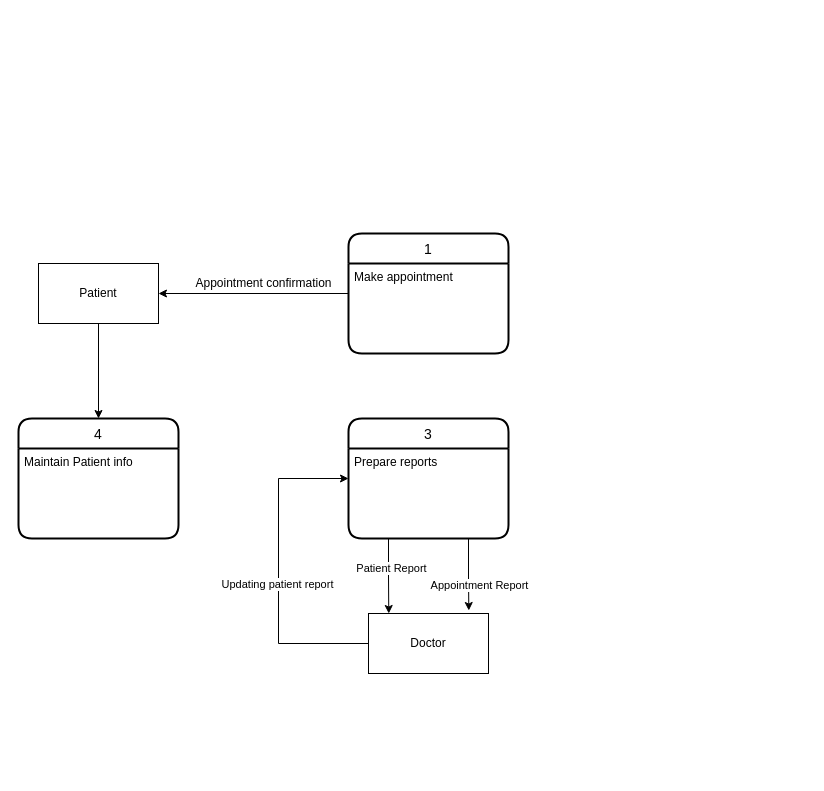
This is doctor_channeling.drawio from anoxtovo/docc, a draw.io file, before an edit. Source tidied: cells renumbered, new cells numbered last; positions are measured from the earlier drawing's top-left corner, leaving out a move shared by most shapes. Both pictures are drawn from the tidied source at 100%, with x=0, y=0 at pixel (18, 233).
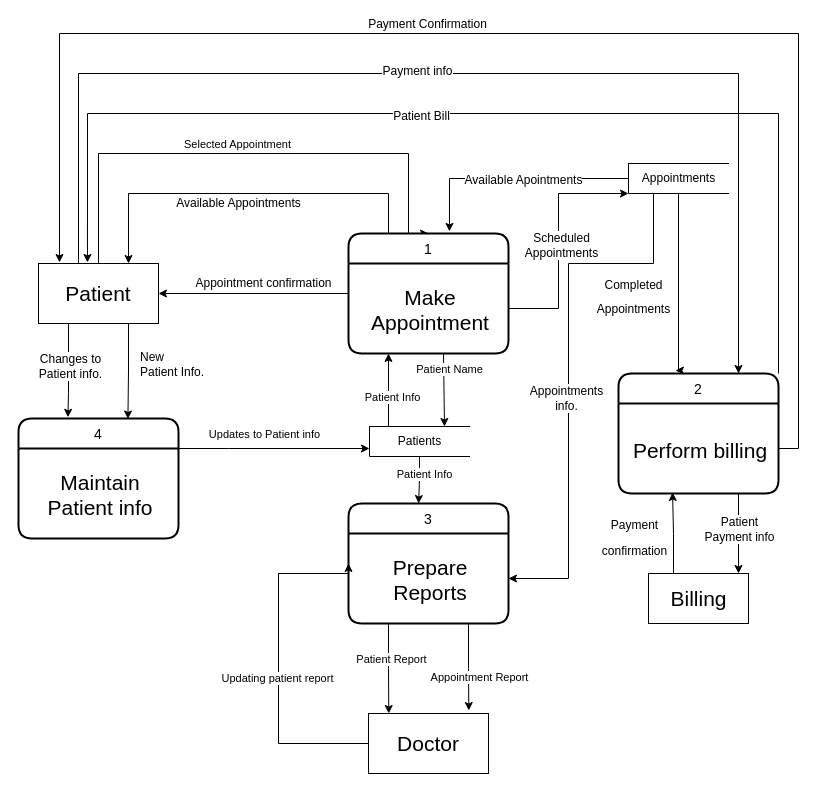
Above is the later version.

Unchanged cells that the change refers to:
```xml
<mxCell id="7" value="4" style="swimlane;horizontal=1;startSize=30;rounded=1;fontSize=14;fontStyle=0;strokeWidth=2;shadow=0;dashed=0;align=center;" parent="1" vertex="1">
  <mxGeometry y="185" width="160" height="120" as="geometry" />
</mxCell>
<mxCell id="10" value="1" style="swimlane;horizontal=1;startSize=30;rounded=1;fontSize=14;fontStyle=0;strokeWidth=2;shadow=0;dashed=0;align=center;" parent="1" vertex="1">
  <mxGeometry x="330" width="160" height="120" as="geometry" />
</mxCell>
```

Change to the diagram source:
```diff
@@
-    <mxCell id="2" style="edgeStyle=orthogonalEdgeStyle;rounded=0;jettySize=auto;html=1;entryX=0.5;entryY=0;entryDx=0;entryDy=0;" parent="1" edge="1" source="3" target="7">
-      <mxGeometry relative="1" as="geometry" />
-    </mxCell>
+    <mxCell id="19" style="edgeStyle=orthogonalEdgeStyle;rounded=0;jettySize=auto;html=1;exitX=0.5;exitY=0;exitDx=0;exitDy=0;entryX=0.5;entryY=0;entryDx=0;entryDy=0;" parent="1" edge="1" source="3" target="10">
+      <mxGeometry relative="1" as="geometry">
+        <Array as="points">
+          <mxPoint x="80" y="-80" />
+          <mxPoint x="390" y="-80" />
+          <mxPoint x="390" />
+        </Array>
+      </mxGeometry>
+    </mxCell>
+    <mxCell id="20" value="Selected Appointment" style="edgeLabel;html=1;align=center;verticalAlign=middle;" parent="19" vertex="1">
+      <mxGeometry x="-0.05" relative="1" as="geometry">
+        <mxPoint x="1" y="-10" as="offset" />
+      </mxGeometry>
+    </mxCell>
+    <mxCell id="21" style="edgeStyle=orthogonalEdgeStyle;rounded=0;jettySize=auto;html=1;exitX=0.25;exitY=0;exitDx=0;exitDy=0;entryX=0.75;entryY=0;entryDx=0;entryDy=0;fontSize=12;" parent="1" edge="1" source="3" target="40">
+      <mxGeometry relative="1" as="geometry">
+        <Array as="points">
+          <mxPoint x="60" y="30" />
+          <mxPoint x="60" y="-160" />
+          <mxPoint x="720" y="-160" />
+        </Array>
+      </mxGeometry>
+    </mxCell>
+    <mxCell id="22" value="Payment info" style="edgeLabel;html=1;align=center;verticalAlign=middle;fontSize=12;" parent="21" vertex="1">
+      <mxGeometry x="-0.1" y="3" relative="1" as="geometry">
+        <mxPoint x="16" as="offset" />
+      </mxGeometry>
+    </mxCell>
+    <mxCell id="23" style="edgeStyle=orthogonalEdgeStyle;rounded=0;jettySize=auto;html=1;exitX=0.25;exitY=1;exitDx=0;exitDy=0;fontSize=12;entryX=0.309;entryY=-0.01;entryDx=0;entryDy=0;entryPerimeter=0;" parent="1" edge="1" source="3" target="7">
+      <mxGeometry relative="1" as="geometry">
+        <Array as="points">
+          <mxPoint x="50" y="160" />
+        </Array>
+      </mxGeometry>
+    </mxCell>
+    <mxCell id="24" value="Changes to &lt;br&gt;Patient info." style="edgeLabel;html=1;align=center;verticalAlign=middle;fontSize=12;" parent="23" vertex="1">
+      <mxGeometry x="-0.06" y="1" relative="1" as="geometry">
+        <mxPoint y="-2" as="offset" />
+      </mxGeometry>
+    </mxCell>
+    <mxCell id="25" style="edgeStyle=orthogonalEdgeStyle;rounded=0;jettySize=auto;html=1;exitX=0.75;exitY=1;exitDx=0;exitDy=0;entryX=0.684;entryY=0.004;entryDx=0;entryDy=0;entryPerimeter=0;fontSize=12;" parent="1" edge="1" source="3" target="7">
+      <mxGeometry relative="1" as="geometry" />
+    </mxCell>
+    <mxCell id="26" value="New &lt;br&gt;Patient Info." style="edgeLabel;html=1;align=left;verticalAlign=middle;fontSize=12;" parent="25" vertex="1">
+      <mxGeometry x="-0.16" relative="1" as="geometry">
+        <mxPoint x="10" as="offset" />
+      </mxGeometry>
+    </mxCell>
-    <mxCell id="3" value="Patient" style="rounded=0;whiteSpace=wrap;html=1;" parent="1" vertex="1">
+    <mxCell id="3" value="&lt;font style=&quot;font-size: 21px;&quot;&gt;Patient&lt;/font&gt;" style="rounded=0;whiteSpace=wrap;html=1;" parent="1" vertex="1">
       <mxGeometry x="20" y="30" width="120" height="60" as="geometry" />
     </mxCell>
     <mxCell id="4" style="edgeStyle=orthogonalEdgeStyle;rounded=0;jettySize=auto;html=1;entryX=0;entryY=0.5;entryDx=0;entryDy=0;exitX=0;exitY=0.5;exitDx=0;exitDy=0;" parent="1" edge="1" source="6" target="13">
       <mxGeometry relative="1" as="geometry">
         <Array as="points">
-          <mxPoint x="260" y="410" />
-          <mxPoint x="260" y="245" />
+          <mxPoint x="260" y="510" />
+          <mxPoint x="260" y="340" />
+          <mxPoint x="330" y="340" />
         </Array>
       </mxGeometry>
     </mxCell>
@@
-    <mxCell id="6" value="Doctor" style="whiteSpace=wrap;html=1;rounded=0;" parent="1" vertex="1">
-      <mxGeometry x="350" y="380" width="120" height="60" as="geometry" />
+    <mxCell id="6" value="&lt;font style=&quot;font-size: 21px;&quot;&gt;Doctor&lt;/font&gt;" style="whiteSpace=wrap;html=1;rounded=0;" parent="1" vertex="1">
+      <mxGeometry x="350" y="480" width="120" height="60" as="geometry" />
     </mxCell>
@@
-    <mxCell id="8" value="Maintain Patient info" style="align=left;strokeColor=none;fillColor=none;spacingLeft=4;fontSize=12;verticalAlign=top;" parent="7" vertex="1">
+    <mxCell id="8" value="Maintain &#10;Patient info" style="align=center;strokeColor=none;fillColor=none;spacingLeft=4;fontSize=21;verticalAlign=middle;" parent="7" vertex="1">
       <mxGeometry y="30" width="160" height="90" as="geometry" />
     </mxCell>
@@
+    <mxCell id="27" style="edgeStyle=orthogonalEdgeStyle;rounded=0;jettySize=auto;html=1;exitX=0.25;exitY=0;exitDx=0;exitDy=0;entryX=0.75;entryY=0;entryDx=0;entryDy=0;" parent="1" edge="1" source="10" target="3">
+      <mxGeometry relative="1" as="geometry">
+        <Array as="points">
+          <mxPoint x="370" y="-40" />
+          <mxPoint x="110" y="-40" />
+        </Array>
+      </mxGeometry>
+    </mxCell>
@@
-    <mxCell id="11" value="Make appointment" style="align=left;strokeColor=none;fillColor=none;spacingLeft=4;fontSize=12;verticalAlign=top;" parent="10" vertex="1">
+    <mxCell id="11" value="Make &#10;Appointment" style="align=center;strokeColor=none;fillColor=none;spacingLeft=4;fontSize=21;verticalAlign=middle;" parent="10" vertex="1">
       <mxGeometry y="30" width="160" height="90" as="geometry" />
     </mxCell>
@@
     <mxCell id="13" value="3" style="swimlane;horizontal=1;startSize=30;rounded=1;fontSize=14;fontStyle=0;strokeWidth=2;shadow=0;dashed=0;align=center;" parent="1" vertex="1">
-      <mxGeometry x="330" y="185" width="160" height="120" as="geometry" />
+      <mxGeometry x="330" y="270" width="160" height="120" as="geometry" />
     </mxCell>
-    <mxCell id="14" value="Prepare reports" style="align=left;strokeColor=none;fillColor=none;spacingLeft=4;fontSize=12;verticalAlign=top;" parent="13" vertex="1">
+    <mxCell id="14" value="Prepare &#10;Reports" style="align=center;strokeColor=none;fillColor=none;spacingLeft=4;fontSize=21;verticalAlign=middle;" parent="13" vertex="1">
       <mxGeometry y="30" width="160" height="90" as="geometry" />
     </mxCell>
@@
+    <mxCell id="28" value="Available Appointments" style="text;html=1;align=center;verticalAlign=middle;strokeColor=none;fillColor=none;" parent="1" vertex="1">
+      <mxGeometry x="150" y="-40" width="140" height="20" as="geometry" />
+    </mxCell>
+    <mxCell id="29" style="edgeStyle=orthogonalEdgeStyle;rounded=0;jettySize=auto;html=1;exitX=0.25;exitY=0;exitDx=0;exitDy=0;entryX=0.25;entryY=1;entryDx=0;entryDy=0;" parent="1" edge="1" source="33" target="11">
+      <mxGeometry relative="1" as="geometry">
+        <Array as="points">
+          <mxPoint x="370" y="200" />
+        </Array>
+      </mxGeometry>
+    </mxCell>
+    <mxCell id="30" value="Patient Info" style="edgeLabel;html=1;align=center;verticalAlign=middle;" parent="29" vertex="1">
+      <mxGeometry x="0.36" y="-3" relative="1" as="geometry">
+        <mxPoint y="13" as="offset" />
+      </mxGeometry>
+    </mxCell>
+    <mxCell id="31" style="edgeStyle=orthogonalEdgeStyle;rounded=0;jettySize=auto;html=1;exitX=0.5;exitY=1;exitDx=0;exitDy=0;entryX=0.438;entryY=0;entryDx=0;entryDy=0;entryPerimeter=0;" parent="1" edge="1" source="33" target="13">
+      <mxGeometry relative="1" as="geometry" />
+    </mxCell>
+    <mxCell id="32" value="Patient Info" style="edgeLabel;html=1;align=center;verticalAlign=middle;" parent="31" vertex="1">
+      <mxGeometry x="-0.4" y="2" relative="1" as="geometry">
+        <mxPoint x="2" y="3" as="offset" />
+      </mxGeometry>
+    </mxCell>
+    <mxCell id="33" value="Patients" style="html=1;dashed=0;whitespace=wrap;shape=partialRectangle;right=0;" parent="1" vertex="1">
+      <mxGeometry x="351" y="193" width="100" height="30" as="geometry" />
+    </mxCell>
+    <mxCell id="34" style="edgeStyle=orthogonalEdgeStyle;rounded=0;jettySize=auto;html=1;exitX=1;exitY=0;exitDx=0;exitDy=0;" parent="1" edge="1" source="8" target="33">
+      <mxGeometry relative="1" as="geometry">
+        <Array as="points">
+          <mxPoint x="210" y="215" />
+          <mxPoint x="210" y="215" />
+        </Array>
+      </mxGeometry>
+    </mxCell>
+    <mxCell id="35" value="Updates to Patient info" style="edgeLabel;html=1;align=center;verticalAlign=middle;" parent="34" vertex="1">
+      <mxGeometry x="-0.33" y="4" relative="1" as="geometry">
+        <mxPoint x="21" y="-11" as="offset" />
+      </mxGeometry>
+    </mxCell>
+    <mxCell id="36" style="edgeStyle=orthogonalEdgeStyle;rounded=0;jettySize=auto;html=1;exitX=0.5;exitY=1;exitDx=0;exitDy=0;entryX=0.75;entryY=0;entryDx=0;entryDy=0;" parent="1" edge="1" source="11" target="33">
+      <mxGeometry relative="1" as="geometry">
+        <Array as="points">
+          <mxPoint x="425" y="120" />
+        </Array>
+      </mxGeometry>
+    </mxCell>
+    <mxCell id="37" value="Patient Name" style="edgeLabel;html=1;align=center;verticalAlign=middle;" parent="36" vertex="1">
+      <mxGeometry x="0.07" y="4" relative="1" as="geometry">
+        <mxPoint x="1" y="-16" as="offset" />
+      </mxGeometry>
+    </mxCell>
+    <mxCell id="38" style="edgeStyle=orthogonalEdgeStyle;rounded=0;jettySize=auto;html=1;exitX=1;exitY=0;exitDx=0;exitDy=0;entryX=0.408;entryY=-0.017;entryDx=0;entryDy=0;entryPerimeter=0;fontSize=12;" parent="1" edge="1" source="40" target="3">
+      <mxGeometry relative="1" as="geometry">
+        <Array as="points">
+          <mxPoint x="760" y="-120" />
+          <mxPoint x="69" y="-120" />
+        </Array>
+      </mxGeometry>
+    </mxCell>
+    <mxCell id="39" value="Patient Bill" style="edgeLabel;html=1;align=center;verticalAlign=middle;fontSize=12;" parent="38" vertex="1">
+      <mxGeometry x="0.18" y="2" relative="1" as="geometry">
+        <mxPoint x="32" as="offset" />
+      </mxGeometry>
+    </mxCell>
+    <mxCell id="40" value="2" style="swimlane;horizontal=1;startSize=30;rounded=1;fontSize=14;fontStyle=0;strokeWidth=2;shadow=0;dashed=0;align=center;" parent="1" vertex="1">
+      <mxGeometry x="600" y="140" width="160" height="120" as="geometry" />
+    </mxCell>
+    <mxCell id="41" value="Perform billing" style="align=center;strokeColor=none;fillColor=none;spacingLeft=4;fontSize=21;verticalAlign=middle;" parent="40" vertex="1">
+      <mxGeometry y="30" width="160" height="90" as="geometry" />
+    </mxCell>
+    <mxCell id="42" style="edgeStyle=orthogonalEdgeStyle;rounded=0;jettySize=auto;html=1;fontSize=21;entryX=0.356;entryY=-0.025;entryDx=0;entryDy=0;entryPerimeter=0;" parent="1" edge="1" source="47" target="40">
+      <mxGeometry relative="1" as="geometry">
+        <Array as="points">
+          <mxPoint x="660" y="137" />
+        </Array>
+      </mxGeometry>
+    </mxCell>
+    <mxCell id="43" style="edgeStyle=orthogonalEdgeStyle;rounded=0;jettySize=auto;html=1;entryX=0.631;entryY=-0.017;entryDx=0;entryDy=0;entryPerimeter=0;fontSize=12;" parent="1" edge="1" source="47" target="10">
+      <mxGeometry relative="1" as="geometry" />
+    </mxCell>
+    <mxCell id="44" value="Available Apointments" style="edgeLabel;html=1;align=center;verticalAlign=middle;fontSize=12;" parent="43" vertex="1">
+      <mxGeometry x="-0.09" y="1" relative="1" as="geometry" />
+    </mxCell>
+    <mxCell id="45" style="edgeStyle=orthogonalEdgeStyle;rounded=0;jettySize=auto;html=1;exitX=0.25;exitY=1;exitDx=0;exitDy=0;entryX=1;entryY=0.5;entryDx=0;entryDy=0;fontSize=12;" parent="1" edge="1" source="47" target="14">
+      <mxGeometry relative="1" as="geometry">
+        <Array as="points">
+          <mxPoint x="635" y="30" />
+          <mxPoint x="550" y="30" />
+          <mxPoint x="550" y="345" />
+        </Array>
+      </mxGeometry>
+    </mxCell>
+    <mxCell id="46" value="Appointments&lt;br&gt;info." style="edgeLabel;html=1;align=center;verticalAlign=middle;fontSize=12;" parent="45" vertex="1">
+      <mxGeometry x="0.09" y="-3" relative="1" as="geometry" />
+    </mxCell>
+    <mxCell id="47" value="Appointments" style="html=1;dashed=0;whitespace=wrap;shape=partialRectangle;right=0;" parent="1" vertex="1">
+      <mxGeometry x="610" y="-70" width="100" height="30" as="geometry" />
+    </mxCell>
+    <mxCell id="48" value="&lt;p style=&quot;line-height: 0.3;&quot;&gt;&lt;/p&gt;&lt;blockquote style=&quot;margin: 0 0 0 40px; border: none; padding: 0px;&quot;&gt;&lt;/blockquote&gt;&lt;span style=&quot;font-size: 12px; background-color: initial;&quot;&gt;Completed&lt;/span&gt;&lt;br&gt;&lt;font style=&quot;font-size: 12px; line-height: 0.5;&quot;&gt;Appointments&lt;/font&gt;&lt;p&gt;&lt;/p&gt;" style="text;html=1;align=center;verticalAlign=middle;strokeColor=none;fillColor=none;fontSize=20;" parent="1" vertex="1">
+      <mxGeometry x="570" y="10" width="90" height="100" as="geometry" />
+    </mxCell>
+    <mxCell id="49" style="edgeStyle=orthogonalEdgeStyle;rounded=0;jettySize=auto;html=1;exitX=0.25;exitY=0;exitDx=0;exitDy=0;entryX=0.338;entryY=0.989;entryDx=0;entryDy=0;entryPerimeter=0;fontSize=21;" parent="1" edge="1" source="51" target="41">
+      <mxGeometry relative="1" as="geometry" />
+    </mxCell>
+    <mxCell id="50" value="&lt;font style=&quot;font-size: 12px;&quot;&gt;Payment &lt;br&gt;confirmation&lt;/font&gt;" style="edgeLabel;html=1;align=center;verticalAlign=middle;fontSize=21;" parent="49" vertex="1">
+      <mxGeometry x="-0.1" relative="1" as="geometry">
+        <mxPoint x="-40" y="-3" as="offset" />
+      </mxGeometry>
+    </mxCell>
+    <mxCell id="51" value="&lt;font style=&quot;font-size: 21px;&quot;&gt;Billing&lt;/font&gt;" style="html=1;dashed=0;whitespace=wrap;fontSize=12;" parent="1" vertex="1">
+      <mxGeometry x="630" y="340" width="100" height="50" as="geometry" />
+    </mxCell>
+    <mxCell id="52" style="edgeStyle=orthogonalEdgeStyle;rounded=0;jettySize=auto;html=1;exitX=0.75;exitY=1;exitDx=0;exitDy=0;entryX=0.9;entryY=0;entryDx=0;entryDy=0;entryPerimeter=0;fontSize=12;" parent="1" edge="1" source="41" target="51">
+      <mxGeometry relative="1" as="geometry" />
+    </mxCell>
+    <mxCell id="53" value="Patient&lt;br&gt;Payment info" style="edgeLabel;html=1;align=center;verticalAlign=middle;fontSize=12;" parent="52" vertex="1">
+      <mxGeometry x="-0.12" relative="1" as="geometry" />
+    </mxCell>
+    <mxCell id="54" style="edgeStyle=orthogonalEdgeStyle;rounded=0;jettySize=auto;html=1;entryX=0.175;entryY=-0.017;entryDx=0;entryDy=0;entryPerimeter=0;fontSize=12;" parent="1" edge="1" source="41" target="3">
+      <mxGeometry relative="1" as="geometry">
+        <Array as="points">
+          <mxPoint x="780" y="215" />
+          <mxPoint x="780" y="-200" />
+          <mxPoint x="41" y="-200" />
+        </Array>
+      </mxGeometry>
+    </mxCell>
+    <mxCell id="55" value="Payment Confirmation" style="edgeLabel;html=1;align=center;verticalAlign=middle;fontSize=12;" parent="54" vertex="1">
+      <mxGeometry x="0.14" y="3" relative="1" as="geometry">
+        <mxPoint x="-7" y="-13" as="offset" />
+      </mxGeometry>
+    </mxCell>
+    <mxCell id="56" style="edgeStyle=orthogonalEdgeStyle;rounded=0;jettySize=auto;html=1;entryX=0;entryY=1;entryDx=0;entryDy=0;fontSize=12;" parent="1" edge="1" source="11" target="47">
+      <mxGeometry relative="1" as="geometry">
+        <Array as="points">
+          <mxPoint x="540" y="75" />
+          <mxPoint x="540" y="-40" />
+        </Array>
+      </mxGeometry>
+    </mxCell>
+    <mxCell id="57" value="Scheduled&lt;br&gt;Appointments" style="edgeLabel;html=1;align=center;verticalAlign=middle;fontSize=12;" parent="56" vertex="1">
+      <mxGeometry x="-0.03" y="-2" relative="1" as="geometry" />
+    </mxCell>
```
